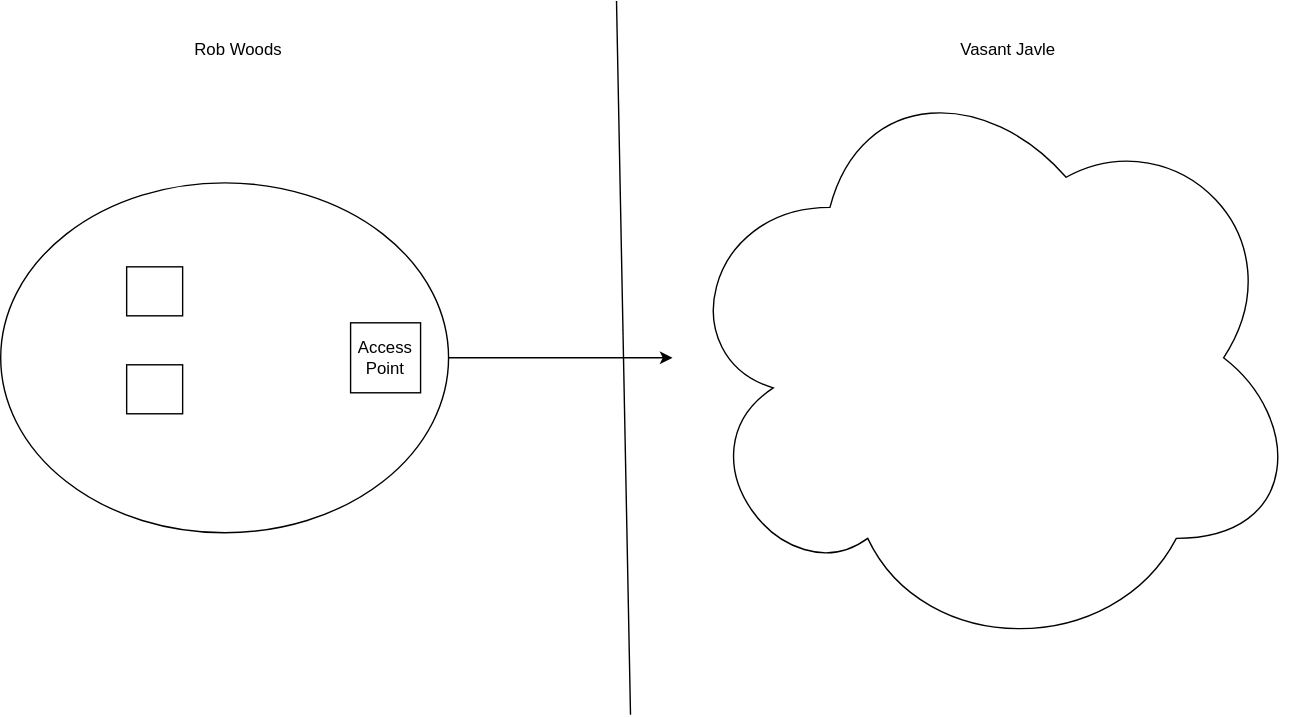
Before: officenetworksetup.svg, a diagram exported from draw.io (vjavle/invoicecloud). Source tidied: cells renumbered, new cells last; positions are measured from the earlier drawing's top-left corner, leaving out a move shared by most shapes.
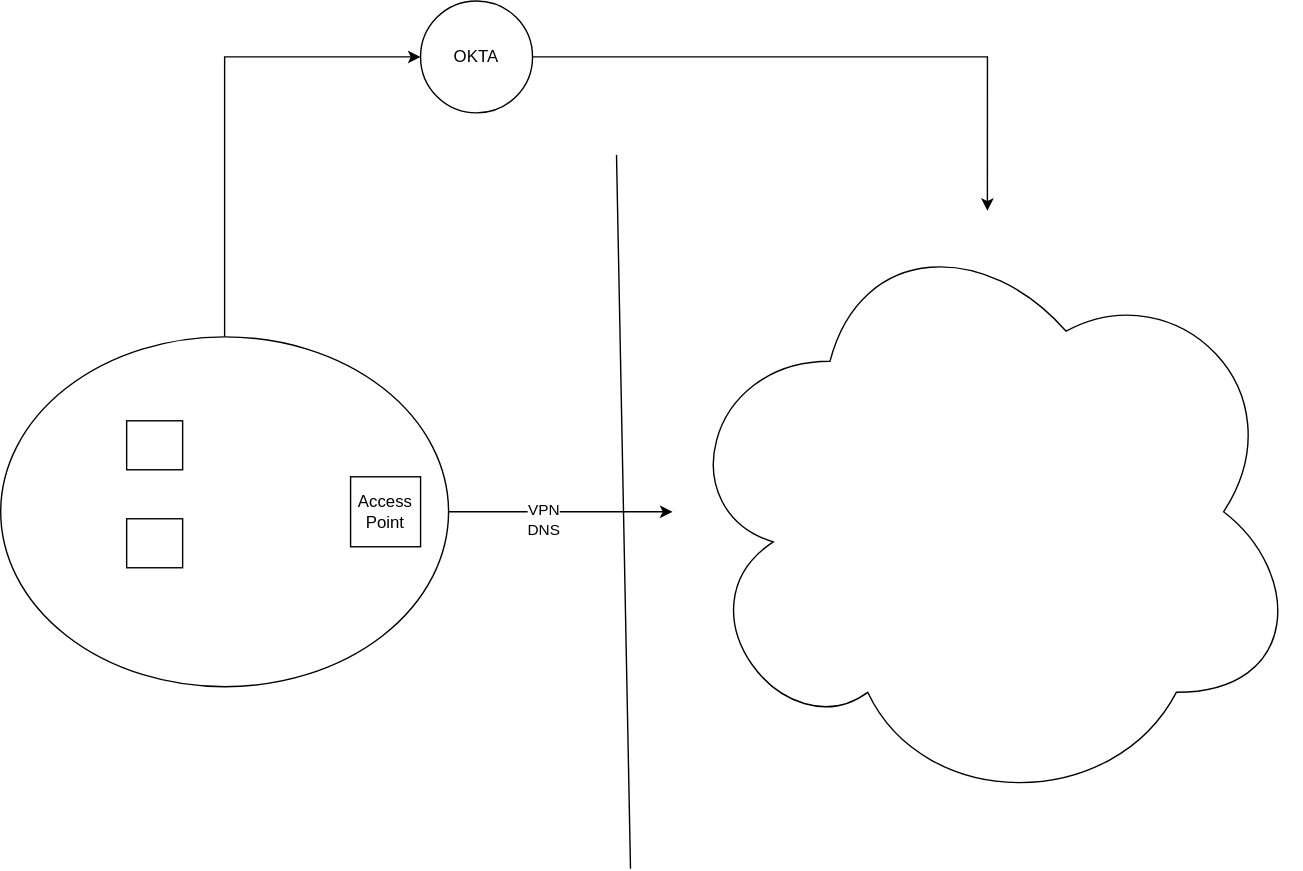
The same file after the commit.

Change to the diagram source:
```diff
@@ -5,6 +5,12 @@
     <mxCell id="2" style="edgeStyle=orthogonalEdgeStyle;rounded=0;jettySize=auto;html=1;" parent="1" edge="1" source="3" target="6">
       <mxGeometry relative="1" as="geometry" />
     </mxCell>
+    <mxCell id="11" value="VPN&lt;br&gt;DNS&lt;br&gt;" style="edgeLabel;html=1;align=center;verticalAlign=middle;" parent="2" vertex="1">
+      <mxGeometry x="-0.15" y="-6" relative="1" as="geometry" />
+    </mxCell>
+    <mxCell id="12" style="edgeStyle=orthogonalEdgeStyle;rounded=0;jettySize=auto;html=1;entryX=0;entryY=0.5;entryDx=0;entryDy=0;" parent="1" edge="1" source="3" target="14">
+      <mxGeometry relative="1" as="geometry" />
+    </mxCell>
     <mxCell id="3" style="ellipse;whiteSpace=wrap;html=1;" parent="1" vertex="1">
       <mxGeometry y="130" width="320" height="250" as="geometry" />
     </mxCell>
@@ -26,11 +32,11 @@
         <mxPoint x="440" as="targetPoint" />
       </mxGeometry>
     </mxCell>
-    <mxCell id="9" value="Rob Woods" style="text;html=1;strokeColor=none;fillColor=none;align=center;verticalAlign=middle;whiteSpace=wrap;rounded=0;" parent="1" vertex="1">
-      <mxGeometry x="30" y="20" width="280" height="30" as="geometry" />
-    </mxCell>
-    <mxCell id="10" value="Vasant Javle" style="text;html=1;strokeColor=none;fillColor=none;align=center;verticalAlign=middle;whiteSpace=wrap;rounded=0;" parent="1" vertex="1">
-      <mxGeometry x="580" y="20" width="280" height="30" as="geometry" />
-    </mxCell>
+    <mxCell id="13" style="edgeStyle=orthogonalEdgeStyle;rounded=0;jettySize=auto;html=1;" parent="1" edge="1" source="14" target="6">
+      <mxGeometry relative="1" as="geometry" />
+    </mxCell>
+    <mxCell id="14" value="OKTA" style="ellipse;whiteSpace=wrap;html=1;" parent="1" vertex="1">
+      <mxGeometry x="300" y="-110" width="80" height="80" as="geometry" />
+    </mxCell>
   </root>
 </mxGraphModel>
```
